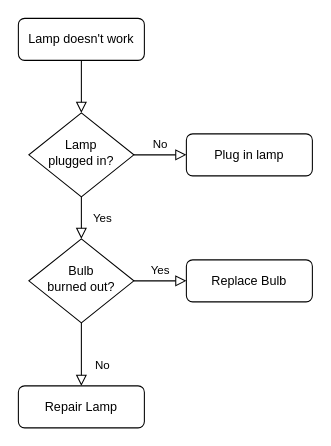
Earlier version of the draw.io diagram Untitled Diagram.drawio (davidnjau/workflows). Source tidied: cells renumbered, new cells numbered last; positions are measured from the earlier drawing's top-left corner, leaving out a move shared by most shapes. Both pictures are drawn from the tidied source at 105%, with x=0, y=0 at pixel (18, 18).
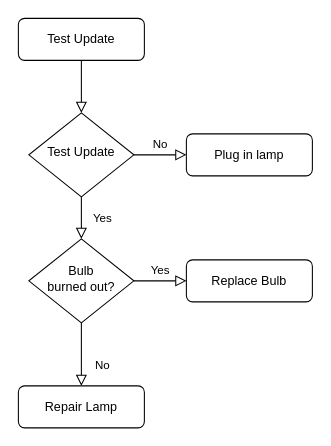
The same diagram, later.

Diff of the diagram source:
```diff
@@
 <mxGraphModel>
   <root>
     <mxCell id="0" />
     <mxCell id="1" parent="0" />
     <mxCell id="2" style="rounded=0;html=1;jettySize=auto;fontSize=11;endArrow=block;endFill=0;endSize=8;strokeWidth=1;shadow=0;labelBackgroundColor=none;edgeStyle=orthogonalEdgeStyle;" parent="1" edge="1" source="3" target="6">
       <mxGeometry relative="1" as="geometry" />
     </mxCell>
-    <mxCell id="3" value="Lamp doesn't work" style="rounded=1;whiteSpace=wrap;html=1;fontSize=12;glass=0;strokeWidth=1;shadow=0;" parent="1" vertex="1">
+    <mxCell id="3" value="Test Update" style="rounded=1;whiteSpace=wrap;html=1;fontSize=12;glass=0;strokeWidth=1;shadow=0;" parent="1" vertex="1">
       <mxGeometry width="120" height="40" as="geometry" />
     </mxCell>
     <mxCell id="4" value="Yes" style="rounded=0;html=1;jettySize=auto;fontSize=11;endArrow=block;endFill=0;endSize=8;strokeWidth=1;shadow=0;labelBackgroundColor=none;edgeStyle=orthogonalEdgeStyle;" parent="1" edge="1" source="6" target="10">
       <mxGeometry y="20" relative="1" as="geometry" />
     </mxCell>
     <mxCell id="5" value="No" style="edgeStyle=orthogonalEdgeStyle;rounded=0;html=1;jettySize=auto;fontSize=11;endArrow=block;endFill=0;endSize=8;strokeWidth=1;shadow=0;labelBackgroundColor=none;" parent="1" edge="1" source="6" target="7">
       <mxGeometry y="10" relative="1" as="geometry" />
     </mxCell>
-    <mxCell id="6" value="Lamp&lt;br&gt;plugged in?" style="rhombus;whiteSpace=wrap;html=1;shadow=0;fontFamily=Helvetica;fontSize=12;align=center;strokeWidth=1;spacing=6;spacingTop=-4;" parent="1" vertex="1">
+    <mxCell id="6" value="Test Update" style="rhombus;whiteSpace=wrap;html=1;shadow=0;fontFamily=Helvetica;fontSize=12;align=center;strokeWidth=1;spacing=6;spacingTop=-4;" parent="1" vertex="1">
       <mxGeometry x="10" y="90" width="100" height="80" as="geometry" />
     </mxCell>
     <mxCell id="7" value="Plug in lamp" style="rounded=1;whiteSpace=wrap;html=1;fontSize=12;glass=0;strokeWidth=1;shadow=0;" parent="1" vertex="1">
       <mxGeometry x="160" y="110" width="120" height="40" as="geometry" />
     </mxCell>
     <mxCell id="8" value="No" style="rounded=0;html=1;jettySize=auto;fontSize=11;endArrow=block;endFill=0;endSize=8;strokeWidth=1;shadow=0;labelBackgroundColor=none;edgeStyle=orthogonalEdgeStyle;" parent="1" edge="1" source="10" target="11">
       <mxGeometry x="0.33" y="20" relative="1" as="geometry" />
     </mxCell>
     <mxCell id="9" value="Yes" style="edgeStyle=orthogonalEdgeStyle;rounded=0;html=1;jettySize=auto;fontSize=11;endArrow=block;endFill=0;endSize=8;strokeWidth=1;shadow=0;labelBackgroundColor=none;" parent="1" edge="1" source="10" target="12">
       <mxGeometry y="10" relative="1" as="geometry" />
     </mxCell>
     <mxCell id="10" value="Bulb&lt;br&gt;burned out?" style="rhombus;whiteSpace=wrap;html=1;shadow=0;fontFamily=Helvetica;fontSize=12;align=center;strokeWidth=1;spacing=6;spacingTop=-4;" parent="1" vertex="1">
       <mxGeometry x="10" y="210" width="100" height="80" as="geometry" />
     </mxCell>
     <mxCell id="11" value="Repair Lamp" style="rounded=1;whiteSpace=wrap;html=1;fontSize=12;glass=0;strokeWidth=1;shadow=0;" parent="1" vertex="1">
       <mxGeometry y="350" width="120" height="40" as="geometry" />
     </mxCell>
     <mxCell id="12" value="Replace Bulb" style="rounded=1;whiteSpace=wrap;html=1;fontSize=12;glass=0;strokeWidth=1;shadow=0;" parent="1" vertex="1">
       <mxGeometry x="160" y="230" width="120" height="40" as="geometry" />
     </mxCell>
   </root>
 </mxGraphModel>
```
